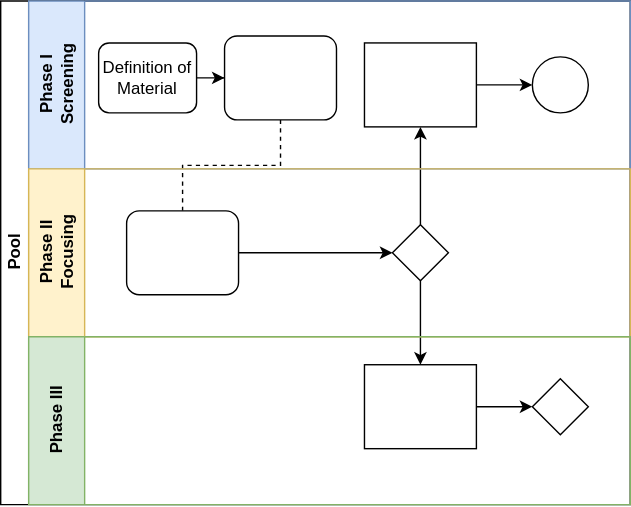
Above: Metodologies/Methodology-Univigo.svg in fabbiocrux/Figures (draw.io), before the change. Source tidied: cells renumbered, new cells last; positions are measured from the earlier drawing's top-left corner, leaving out a move shared by most shapes.
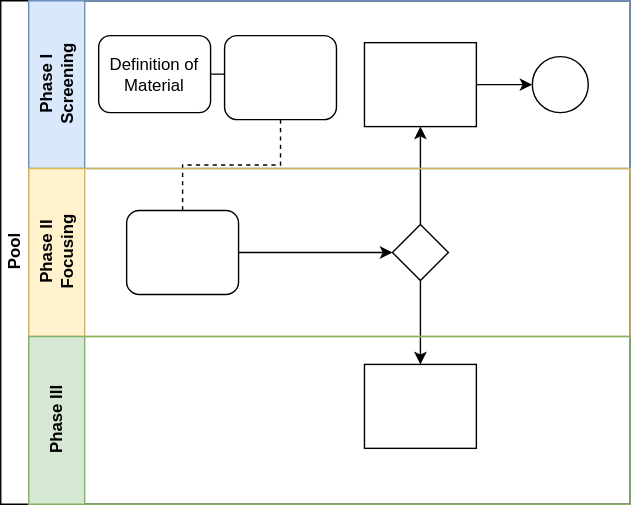
After the commit.

Change to the diagram source:
```diff
@@ -21,7 +21,7 @@
       <mxGeometry relative="1" as="geometry" />
     </mxCell>
     <mxCell id="8" value="Definition of Material" style="rounded=1;whiteSpace=wrap;html=1;" parent="6" vertex="1">
-      <mxGeometry x="50" y="30" width="70" height="50" as="geometry" />
+      <mxGeometry x="50" y="25" width="80" height="55" as="geometry" />
     </mxCell>
     <mxCell id="9" style="rounded=1;whiteSpace=wrap;html=1;fontFamily=Helvetica;fontSize=12;fontColor=#000000;align=center;" parent="6" vertex="1">
       <mxGeometry x="140" y="25" width="80" height="60" as="geometry" />
@@ -50,14 +50,8 @@
     <mxCell id="17" value="Phase III" style="swimlane;html=1;startSize=40;horizontal=0;fillColor=#d5e8d4;strokeColor=#82b366;" parent="2" vertex="1">
       <mxGeometry x="20" y="240" width="430" height="120" as="geometry" />
     </mxCell>
-    <mxCell id="18" style="edgeStyle=orthogonalEdgeStyle;rounded=0;jettySize=auto;html=1;endArrow=classic;endFill=1;" parent="17" edge="1" source="19" target="20">
-      <mxGeometry relative="1" as="geometry" />
-    </mxCell>
     <mxCell id="19" style="rounded=0;whiteSpace=wrap;html=1;fontFamily=Helvetica;fontSize=12;fontColor=#000000;align=center;" parent="17" vertex="1">
       <mxGeometry x="240" y="20" width="80" height="60" as="geometry" />
     </mxCell>
-    <mxCell id="20" style="rhombus;whiteSpace=wrap;html=1;fontFamily=Helvetica;fontSize=12;fontColor=#000000;align=center;" parent="17" vertex="1">
-      <mxGeometry x="360" y="30" width="40" height="40" as="geometry" />
-    </mxCell>
   </root>
 </mxGraphModel>
```
